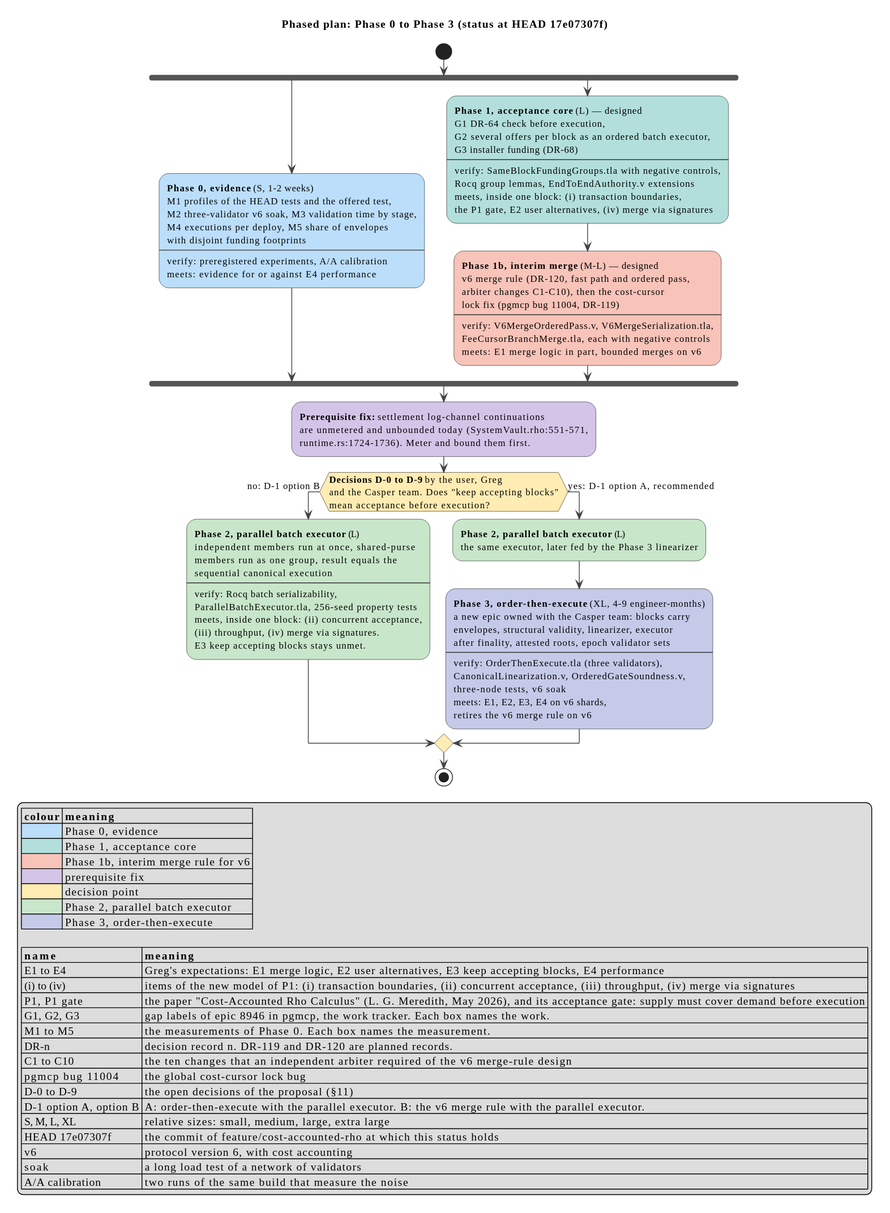
This is docs/casper/theory/diagrams/consensus-proposal-phase-plan.svg from F1R3FLY-io/f1r3node-rust, a PlantUML export, as it was before one commit. Source of this version:
```plantuml
@startuml
!include palette.iuml
$ca_base_skin()
skinparam ArrowColor $ca_neutral
skinparam ActivityBorderColor #333333
skinparam ActivityDiamondBackgroundColor $ca_control
skinparam ActivityDiamondBorderColor #333333
skinparam ActivityBarColor #555555
title Phased plan: Phase 0 to Phase 3 (status at HEAD 17e07307f)

start
fork
  :**Phase 0, evidence** (S, 1-2 weeks)
  M1 profiles of the HEAD tests and the offered test,
  M2 three-validator v6 soak, M3 validation time by stage,
  M4 executions per deploy, M5 share of envelopes
  with disjoint funding footprints
  ----
  verify: preregistered experiments, A/A calibration
  meets: evidence for or against E4 performance; <<$ca_supply>>
fork again
  :**Phase 1, acceptance core** (L) — designed
  G1 DR-64 check before execution,
  G2 several offers per block as an ordered batch executor,
  G3 installer funding (DR-68)
  ----
  verify: SameBlockFundingGroups.tla with negative controls,
  Rocq group lemmas, EndToEndAuthority.v extensions
  meets, inside one block: (i) transaction boundaries,
  the P1 gate, E2 user alternatives, (iv) merge via signatures; <<$ca_gate>>
  :**Phase 1b, interim merge** (M-L) — designed
  v6 merge rule (DR-120, fast path and ordered pass,
  arbiter changes C1-C10), then the cost-cursor
  lock fix (pgmcp bug 11004, DR-119)
  ----
  verify: V6MergeOrderedPass.v, V6MergeSerialization.tla,
  FeeCursorBranchMerge.tla, each with negative controls
  meets: E1 merge logic in part, bounded merges on v6; <<$ca_surface>>
end fork
:**Prerequisite fix:** settlement log-channel continuations
are unmetered and unbounded today (SystemVault.rho:551-571,
runtime.rs:1724-1736). Meter and bound them first.; <<$ca_process>>
if (**Decisions D-0 to D-9** by the user, Greg
and the Casper team. Does "keep accepting blocks"
mean acceptance before execution?) then (no: D-1 option B)
  :**Phase 2, parallel batch executor** (L)
  independent members run at once, shared-purse
  members run as one group, result equals the
  sequential canonical execution
  ----
  verify: Rocq batch serializability,
  ParallelBatchExecutor.tla, 256-seed property tests
  meets, inside one block: (ii) concurrent acceptance,
  (iii) throughput, (iv) merge via signatures.
  E3 keep accepting blocks stays unmet.; <<$ca_pool>>
else (yes: D-1 option A, recommended)
  :**Phase 2, parallel batch executor** (L)
  the same executor, later fed by the Phase 3 linearizer; <<$ca_pool>>
  :**Phase 3, order-then-execute** (XL, 4-9 engineer-months)
  a new epic owned with the Casper team: blocks carry
  envelopes, structural validity, linearizer, executor
  after finality, attested roots, epoch validator sets
  ----
  verify: OrderThenExecute.tla (three validators),
  CanonicalLinearization.v, OrderedGateSoundness.v,
  three-node tests, v6 soak
  meets: E1, E2, E3, E4 on v6 shards,
  retires the v6 merge rule on v6; <<$ca_capability>>
endif
stop

legend bottom
  |= colour |= meaning |
  |<$ca_supply>| Phase 0, evidence |
  |<$ca_gate>| Phase 1, acceptance core |
  |<$ca_surface>| Phase 1b, interim merge rule for v6 |
  |<$ca_process>| prerequisite fix |
  |<$ca_control>| decision point |
  |<$ca_pool>| Phase 2, parallel batch executor |
  |<$ca_capability>| Phase 3, order-then-execute |

  |= name |= meaning |
  | E1 to E4 | Greg's expectations: E1 merge logic, E2 user alternatives, E3 keep accepting blocks, E4 performance |
  | (i) to (iv) | items of the new model of P1: (i) transaction boundaries, (ii) concurrent acceptance, (iii) throughput, (iv) merge via signatures |
  | P1, P1 gate | the paper "Cost-Accounted Rho Calculus" (L. G. Meredith, May 2026), and its acceptance gate: supply must cover demand before execution |
  | G1, G2, G3 | gap labels of epic 8946 in pgmcp, the work tracker. Each box names the work. |
  | M1 to M5 | the measurements of Phase 0. Each box names the measurement. |
  | DR-n | decision record n. DR-119 and DR-120 are planned records. |
  | C1 to C10 | the ten changes that an independent arbiter required of the v6 merge-rule design |
  | pgmcp bug 11004 | the global cost-cursor lock bug |
  | D-0 to D-9 | the open decisions of the proposal (§11) |
  | D-1 option A, option B | A: order-then-execute with the parallel executor. B: the v6 merge rule with the parallel executor. |
  | S, M, L, XL | relative sizes: small, medium, large, extra large |
  | HEAD 17e07307f | the commit of feature/cost-accounted-rho at which this status holds |
  | v6 | protocol version 6, with cost accounting |
  | soak | a long load test of a network of validators |
  | A/A calibration | two runs of the same build that measure the noise |
endlegend
@enduml
```
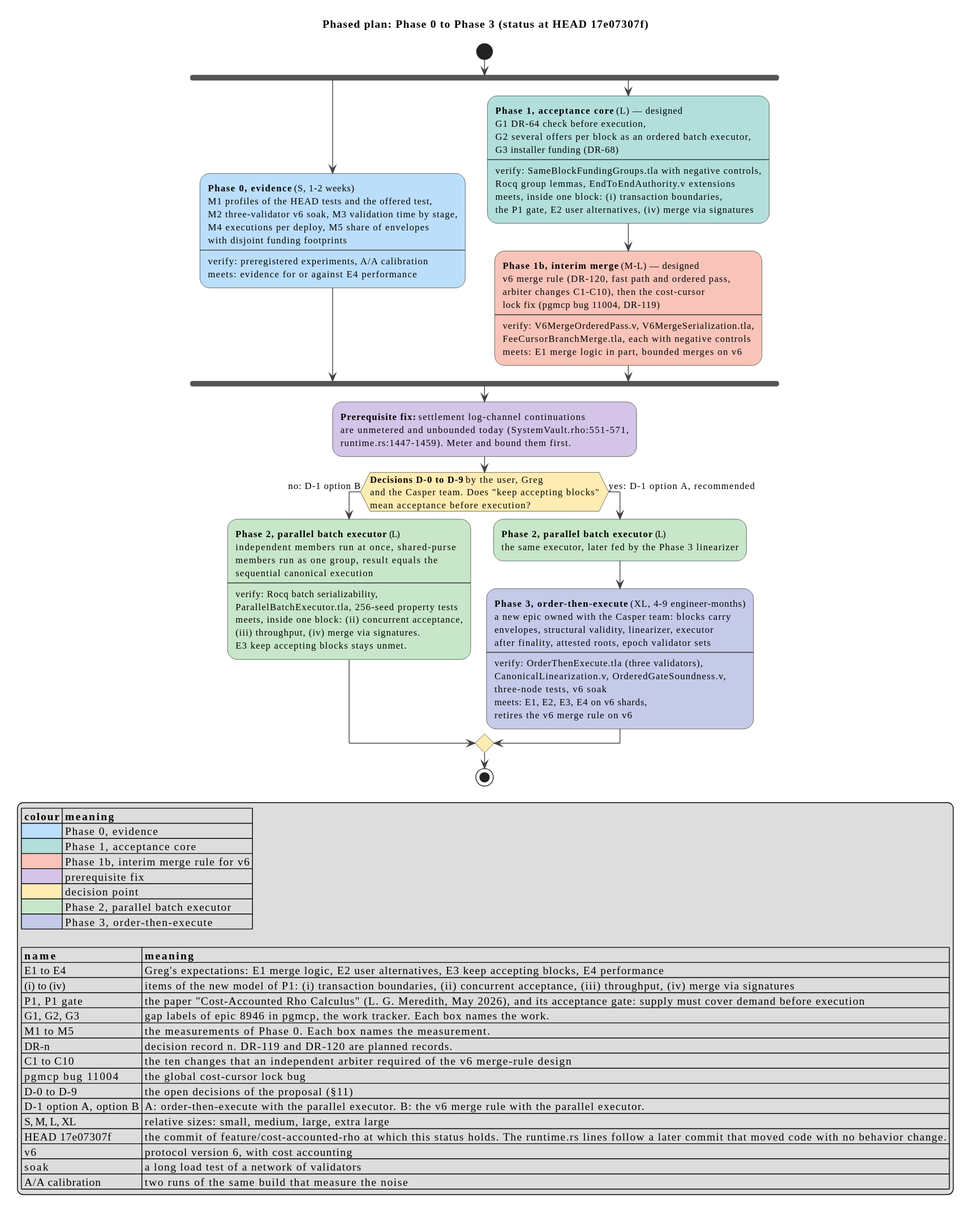
After the change.

The edit, as a diff of the source:
```diff
@@ -39,7 +39,7 @@
 end fork
 :**Prerequisite fix:** settlement log-channel continuations
 are unmetered and unbounded today (SystemVault.rho:551-571,
-runtime.rs:1724-1736). Meter and bound them first.; <<$ca_process>>
+runtime.rs:1447-1459). Meter and bound them first.; <<$ca_process>>
 if (**Decisions D-0 to D-9** by the user, Greg
 and the Casper team. Does "keep accepting blocks"
 mean acceptance before execution?) then (no: D-1 option B)
@@ -91,7 +91,7 @@
   | D-0 to D-9 | the open decisions of the proposal (§11) |
   | D-1 option A, option B | A: order-then-execute with the parallel executor. B: the v6 merge rule with the parallel executor. |
   | S, M, L, XL | relative sizes: small, medium, large, extra large |
-  | HEAD 17e07307f | the commit of feature/cost-accounted-rho at which this status holds |
+  | HEAD 17e07307f | the commit of feature/cost-accounted-rho at which this status holds. The runtime.rs lines follow a later commit that moved code with no behavior change. |
   | v6 | protocol version 6, with cost accounting |
   | soak | a long load test of a network of validators |
   | A/A calibration | two runs of the same build that measure the noise |
```
